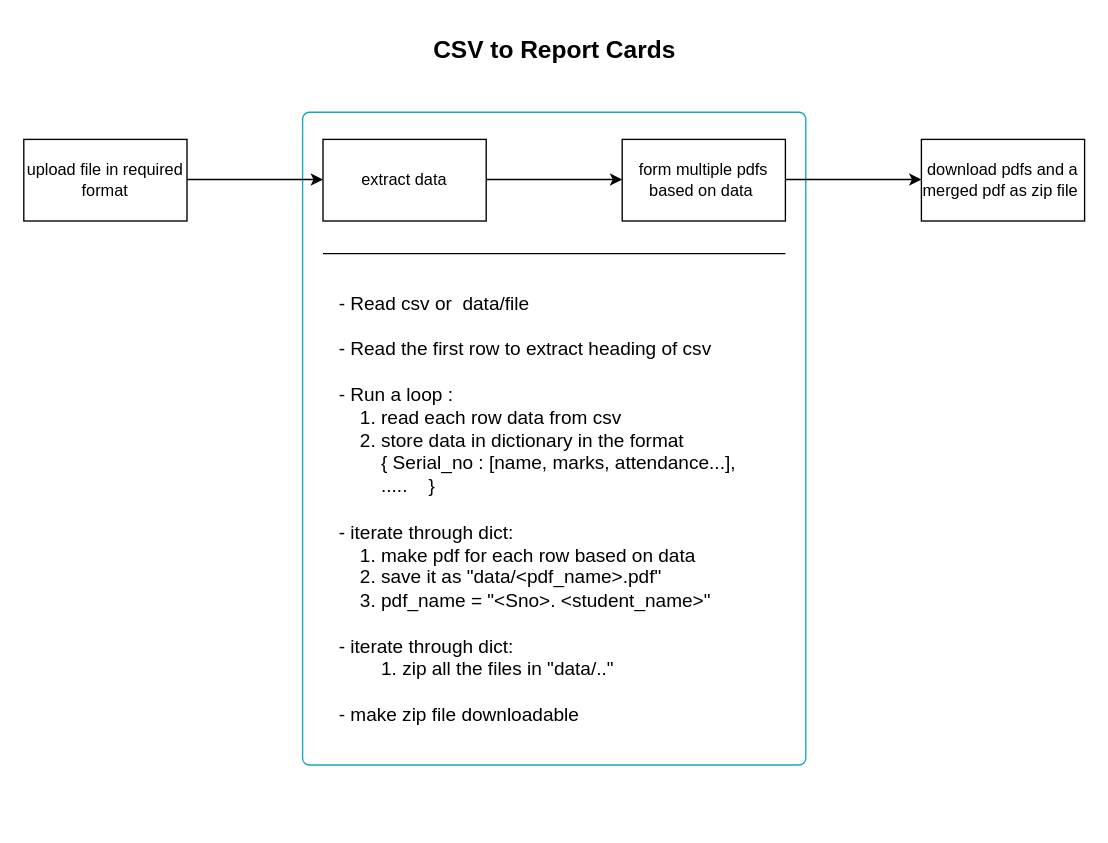
Earlier version of the draw.io diagram csv to report.drawio (vs704vs/Architecture-Diagrams). Source tidied: cells renumbered, new cells numbered last; positions are measured from the earlier drawing's top-left corner, leaving out a move shared by most shapes. Both pictures are drawn from the tidied source at 136%, with x=0, y=0 at pixel (23, 23).
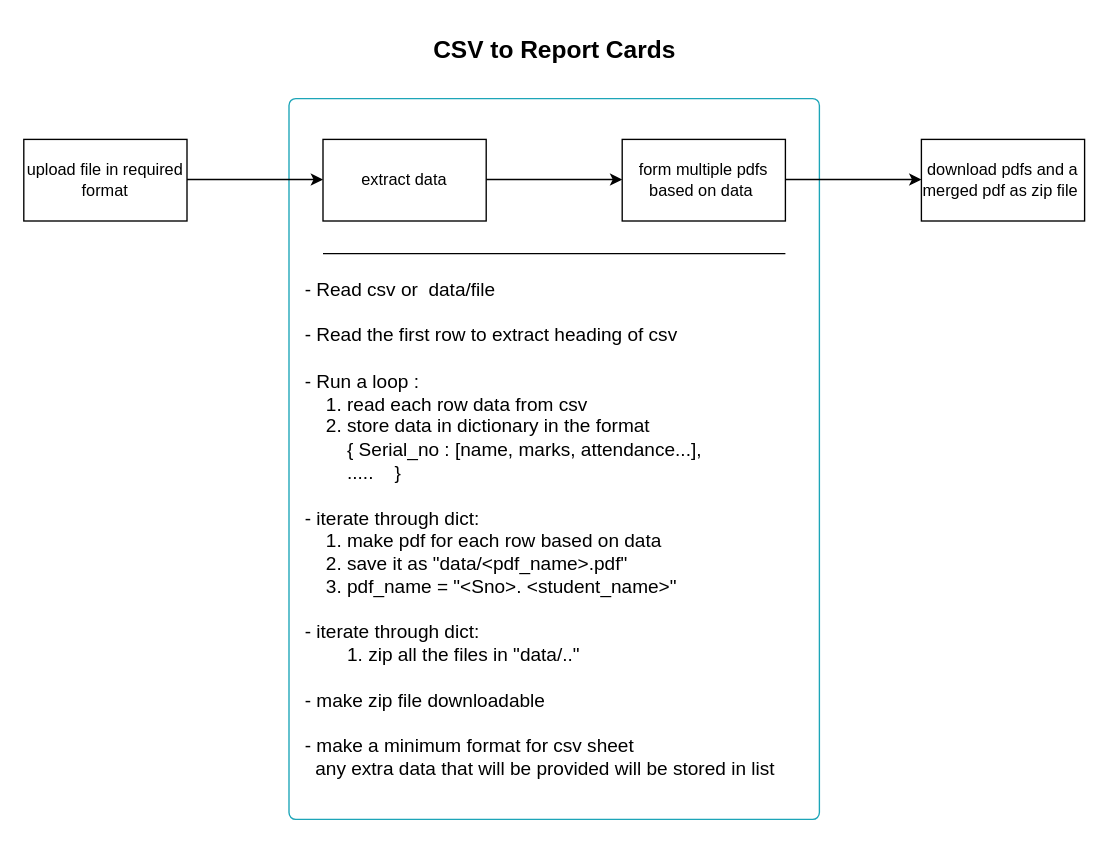
The same page after the edit.

What changed in the source:
```diff
@@
 <mxGraphModel>
   <root>
     <mxCell id="0" />
     <mxCell id="1" parent="0" />
     <mxCell id="2" style="html=1;shadow=0;dashed=0;shape=mxgraph.bootstrap.rrect;rSize=5;strokeColor=#1CA5B8;strokeWidth=1;fillColor=none;fontColor=#1CA5B8;whiteSpace=wrap;align=center;verticalAlign=middle;spacingLeft=0;fontStyle=0;fontSize=16;spacing=5;" parent="1" vertex="1">
-      <mxGeometry x="205" y="65" width="370" height="480" as="geometry" />
+      <mxGeometry x="195" y="55" width="390" height="530" as="geometry" />
     </mxCell>
     <mxCell id="3" value="&lt;font style=&quot;font-size: 18px;&quot;&gt;&lt;b style=&quot;&quot;&gt;CSV to Report Cards&lt;/b&gt;&lt;/font&gt;" style="text;html=1;align=center;verticalAlign=middle;strokeColor=none;fillColor=none;" parent="1" vertex="1">
       <mxGeometry x="290" width="200" height="40" as="geometry" />
     </mxCell>
     <mxCell id="4" value="upload file in required format" style="whiteSpace=wrap;html=1;" parent="1" vertex="1">
       <mxGeometry y="85" width="120" height="60" as="geometry" />
     </mxCell>
     <mxCell id="5" style="edgeStyle=none;orthogonalLoop=1;jettySize=auto;html=1;rounded=0;" parent="1" edge="1">
       <mxGeometry relative="1" as="geometry">
         <mxPoint x="120" y="114.5" as="sourcePoint" />
         <mxPoint x="220" y="114.5" as="targetPoint" />
       </mxGeometry>
     </mxCell>
     <mxCell id="6" value="extract data" style="whiteSpace=wrap;html=1;" parent="1" vertex="1">
       <mxGeometry x="220" y="85" width="120" height="60" as="geometry" />
     </mxCell>
     <mxCell id="7" style="edgeStyle=none;orthogonalLoop=1;jettySize=auto;html=1;rounded=0;" parent="1" edge="1">
       <mxGeometry relative="1" as="geometry">
         <mxPoint x="340" y="114.5" as="sourcePoint" />
         <mxPoint x="440" y="114.5" as="targetPoint" />
       </mxGeometry>
     </mxCell>
     <mxCell id="8" value="form multiple pdfs based on data&amp;nbsp;" style="whiteSpace=wrap;html=1;" parent="1" vertex="1">
       <mxGeometry x="440" y="85" width="120" height="60" as="geometry" />
     </mxCell>
-    <mxCell id="9" value="&lt;font style=&quot;font-size: 14px;&quot;&gt;&lt;br&gt;&lt;br&gt;- Read csv or&amp;nbsp; data/file&lt;br&gt;&lt;br&gt;- Read the first row to extract heading of csv&lt;br&gt;&lt;br&gt;- Run a loop :&lt;br&gt;&lt;span style=&quot;&quot;&gt;&lt;span style=&quot;&quot;&gt;&lt;span style=&quot;white-space: pre;&quot;&gt;&amp;nbsp;&amp;nbsp;&amp;nbsp;&amp;nbsp;&lt;/span&gt;&lt;/span&gt;1. read each row data from csv&lt;br&gt;&lt;span style=&quot;&quot;&gt;&lt;span style=&quot;white-space: pre;&quot;&gt;&amp;nbsp;&amp;nbsp;&amp;nbsp;&amp;nbsp;&lt;/span&gt;&lt;/span&gt;2. store data in dictionary in the format&lt;br&gt;&lt;/span&gt;&lt;span style=&quot;&quot;&gt;&lt;span style=&quot;white-space: pre;&quot;&gt;&amp;nbsp;&amp;nbsp;&amp;nbsp;&amp;nbsp;&lt;/span&gt;&lt;/span&gt;&lt;span style=&quot;&quot;&gt;&lt;span style=&quot;white-space: pre;&quot;&gt;&amp;nbsp;&amp;nbsp;&amp;nbsp;&amp;nbsp;&lt;/span&gt;&lt;/span&gt;{ Serial_no : [name, marks, attendance...],&lt;br&gt;&lt;span style=&quot;&quot;&gt;&lt;span style=&quot;white-space: pre;&quot;&gt;&amp;nbsp;&amp;nbsp;&amp;nbsp;&amp;nbsp;&lt;/span&gt;&lt;/span&gt;&lt;span style=&quot;&quot;&gt;&lt;span style=&quot;white-space: pre;&quot;&gt;&amp;nbsp;&amp;nbsp;&amp;nbsp;&amp;nbsp;&lt;/span&gt;&lt;/span&gt;.....&lt;span style=&quot;&quot;&gt;&lt;span style=&quot;white-space: pre;&quot;&gt;&amp;nbsp;&amp;nbsp;&amp;nbsp;&amp;nbsp;&lt;/span&gt;&lt;/span&gt;}&amp;nbsp;&lt;br&gt;&lt;br&gt;- iterate through dict:&lt;br&gt;&lt;span style=&quot;&quot;&gt;&lt;span style=&quot;white-space: pre;&quot;&gt;&amp;nbsp;&amp;nbsp;&amp;nbsp;&amp;nbsp;&lt;/span&gt;&lt;/span&gt;1. make pdf for each row based on data&lt;br&gt;&lt;span style=&quot;&quot;&gt;&lt;span style=&quot;white-space: pre;&quot;&gt;&amp;nbsp;&amp;nbsp;&amp;nbsp;&amp;nbsp;&lt;/span&gt;&lt;/span&gt;2. save it as &quot;data/&amp;lt;pdf_name&amp;gt;.pdf&quot;&lt;br&gt;&lt;span style=&quot;&quot;&gt;&lt;span style=&quot;white-space: pre;&quot;&gt;&amp;nbsp;&amp;nbsp;&amp;nbsp;&amp;nbsp;&lt;/span&gt;&lt;/span&gt;3. pdf_name = &quot;&amp;lt;Sno&amp;gt;. &amp;lt;student_name&amp;gt;&quot;&lt;br&gt;&lt;br&gt;- iterate through dict:&lt;br&gt;&lt;span style=&quot;white-space: pre;&quot;&gt;&#9;&lt;/span&gt;1. zip all the files in &quot;data/..&quot;&lt;br&gt;&lt;br&gt;- make zip file downloadable&lt;br&gt;&lt;/font&gt;" style="text;html=1;align=left;verticalAlign=middle;strokeColor=none;fillColor=none;" parent="1" vertex="1">
-      <mxGeometry x="230" y="155" width="320" height="370" as="geometry" />
+    <mxCell id="9" value="&lt;font style=&quot;font-size: 14px;&quot;&gt;&lt;br&gt;&lt;br&gt;- Read csv or&amp;nbsp; data/file&lt;br&gt;&lt;br&gt;- Read the first row to extract heading of csv&lt;br&gt;&lt;br&gt;- Run a loop :&lt;br&gt;&lt;span style=&quot;&quot;&gt;&lt;span style=&quot;&quot;&gt;&lt;span style=&quot;white-space: pre;&quot;&gt;&amp;nbsp;&amp;nbsp;&amp;nbsp;&amp;nbsp;&lt;/span&gt;&lt;/span&gt;1. read each row data from csv&lt;br&gt;&lt;span style=&quot;&quot;&gt;&lt;span style=&quot;white-space: pre;&quot;&gt;&amp;nbsp;&amp;nbsp;&amp;nbsp;&amp;nbsp;&lt;/span&gt;&lt;/span&gt;2. store data in dictionary in the format&lt;br&gt;&lt;/span&gt;&lt;span style=&quot;&quot;&gt;&lt;span style=&quot;white-space: pre;&quot;&gt;&amp;nbsp;&amp;nbsp;&amp;nbsp;&amp;nbsp;&lt;/span&gt;&lt;/span&gt;&lt;span style=&quot;&quot;&gt;&lt;span style=&quot;white-space: pre;&quot;&gt;&amp;nbsp;&amp;nbsp;&amp;nbsp;&amp;nbsp;&lt;/span&gt;&lt;/span&gt;{ Serial_no : [name, marks, attendance...],&lt;br&gt;&lt;span style=&quot;&quot;&gt;&lt;span style=&quot;white-space: pre;&quot;&gt;&amp;nbsp;&amp;nbsp;&amp;nbsp;&amp;nbsp;&lt;/span&gt;&lt;/span&gt;&lt;span style=&quot;&quot;&gt;&lt;span style=&quot;white-space: pre;&quot;&gt;&amp;nbsp;&amp;nbsp;&amp;nbsp;&amp;nbsp;&lt;/span&gt;&lt;/span&gt;.....&lt;span style=&quot;&quot;&gt;&lt;span style=&quot;white-space: pre;&quot;&gt;&amp;nbsp;&amp;nbsp;&amp;nbsp;&amp;nbsp;&lt;/span&gt;&lt;/span&gt;}&amp;nbsp;&lt;br&gt;&lt;br&gt;- iterate through dict:&lt;br&gt;&lt;span style=&quot;&quot;&gt;&lt;span style=&quot;white-space: pre;&quot;&gt;&amp;nbsp;&amp;nbsp;&amp;nbsp;&amp;nbsp;&lt;/span&gt;&lt;/span&gt;1. make pdf for each row based on data&lt;br&gt;&lt;span style=&quot;&quot;&gt;&lt;span style=&quot;white-space: pre;&quot;&gt;&amp;nbsp;&amp;nbsp;&amp;nbsp;&amp;nbsp;&lt;/span&gt;&lt;/span&gt;2. save it as &quot;data/&amp;lt;pdf_name&amp;gt;.pdf&quot;&lt;br&gt;&lt;span style=&quot;&quot;&gt;&lt;span style=&quot;white-space: pre;&quot;&gt;&amp;nbsp;&amp;nbsp;&amp;nbsp;&amp;nbsp;&lt;/span&gt;&lt;/span&gt;3. pdf_name = &quot;&amp;lt;Sno&amp;gt;. &amp;lt;student_name&amp;gt;&quot;&lt;br&gt;&lt;br&gt;- iterate through dict:&lt;br&gt;&lt;span style=&quot;white-space: pre;&quot;&gt;&#9;&lt;/span&gt;1. zip all the files in &quot;data/..&quot;&lt;br&gt;&lt;br&gt;- make zip file downloadable&lt;br&gt;&lt;br&gt;- make a minimum format for csv sheet&lt;br&gt;&amp;nbsp; any extra data that will be provided will be stored in list&lt;br&gt;&lt;/font&gt;" style="text;html=1;align=left;verticalAlign=middle;strokeColor=none;fillColor=none;" parent="1" vertex="1">
+      <mxGeometry x="205" y="145" width="370" height="420" as="geometry" />
     </mxCell>
     <mxCell id="10" style="edgeStyle=none;orthogonalLoop=1;jettySize=auto;html=1;rounded=0;" parent="1" edge="1">
       <mxGeometry relative="1" as="geometry">
         <mxPoint x="560" y="114.5" as="sourcePoint" />
         <mxPoint x="660" y="114.5" as="targetPoint" />
       </mxGeometry>
     </mxCell>
     <mxCell id="11" value="download pdfs and a merged pdf as zip file&amp;nbsp;" style="whiteSpace=wrap;html=1;" parent="1" vertex="1">
       <mxGeometry x="660" y="85" width="120" height="60" as="geometry" />
     </mxCell>
     <mxCell id="12" style="line;strokeWidth=1;fillColor=none;align=left;verticalAlign=middle;spacingTop=-1;spacingLeft=3;spacingRight=3;labelPosition=right;strokeColor=inherit;" parent="1" vertex="1">
       <mxGeometry x="220" y="165" width="340" height="8" as="geometry" />
     </mxCell>
   </root>
 </mxGraphModel>
```
